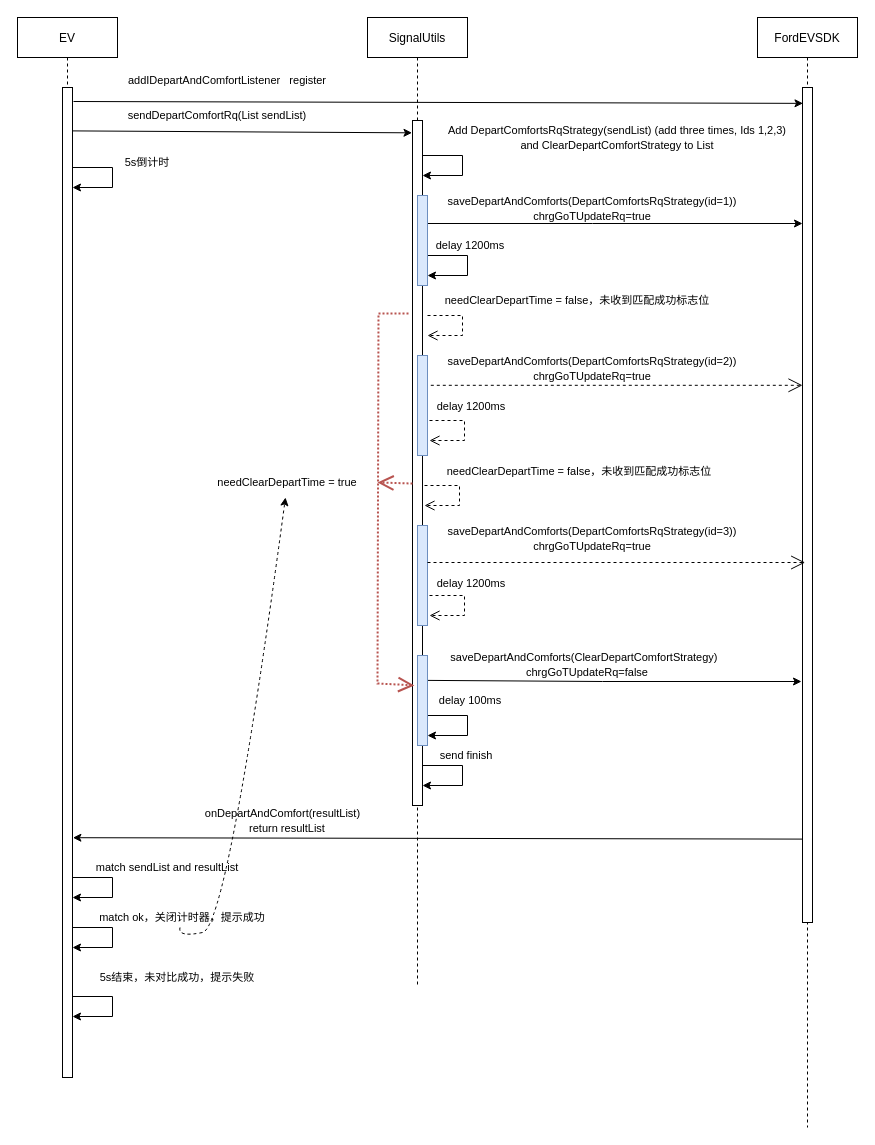
Above: Untitled Diagram.drawio in songlongGithub/CustomDemo (draw.io), before the change. Source tidied: cells renumbered, new cells numbered last; positions are measured from the earlier drawing's top-left corner, leaving out a move shared by most shapes. Both pictures are drawn from the tidied source at 100%, with x=0, y=0 at pixel (17, 17).
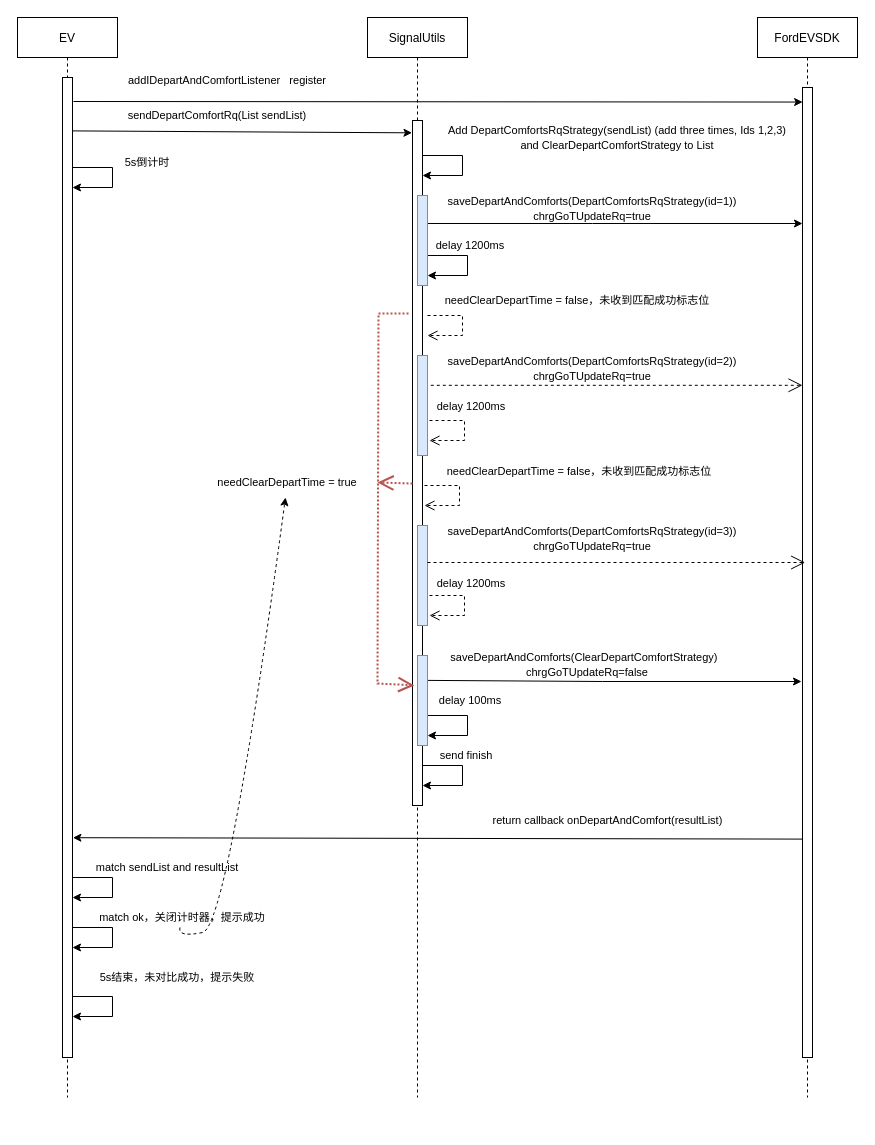
The same diagram, later.

Change to the diagram source:
```diff
@@
     <mxCell id="2" value="EV" style="shape=umlLifeline;perimeter=lifelinePerimeter;rounded=0;shadow=0;strokeWidth=1;" parent="1" vertex="1">
-      <mxGeometry width="100" height="1060" as="geometry" />
+      <mxGeometry width="100" height="1080" as="geometry" />
     </mxCell>
     <mxCell id="3" style="perimeter=orthogonalPerimeter;rounded=0;shadow=0;strokeWidth=1;" parent="2" vertex="1">
-      <mxGeometry x="45" y="70" width="10" height="990" as="geometry" />
+      <mxGeometry x="45" y="60" width="10" height="980" as="geometry" />
     </mxCell>
@@
     <mxCell id="7" value="SignalUtils" style="shape=umlLifeline;perimeter=lifelinePerimeter;rounded=0;shadow=0;strokeWidth=1;" parent="1" vertex="1">
-      <mxGeometry x="350" width="100" height="970" as="geometry" />
+      <mxGeometry x="350" width="100" height="1080" as="geometry" />
     </mxCell>
@@
     <mxCell id="21" value="FordEVSDK" style="shape=umlLifeline;perimeter=lifelinePerimeter;rounded=0;shadow=0;strokeWidth=1;" parent="1" vertex="1">
-      <mxGeometry x="740" width="100" height="1110" as="geometry" />
+      <mxGeometry x="740" width="100" height="1080" as="geometry" />
     </mxCell>
     <mxCell id="22" style="points=[];perimeter=orthogonalPerimeter;rounded=0;shadow=0;strokeWidth=1;" parent="21" vertex="1">
-      <mxGeometry x="45" y="70" width="10" height="835" as="geometry" />
+      <mxGeometry x="45" y="70" width="10" height="970" as="geometry" />
     </mxCell>
@@
-    <mxCell id="45" style="endArrow=classic;html=1;rounded=0;labelBackgroundColor=none;fontFamily=Helvetica;fontColor=default;exitX=1.2;exitY=0.097;exitDx=0;exitDy=0;exitPerimeter=0;entryX=0.05;entryY=0.019;entryDx=0;entryDy=0;entryPerimeter=0;" parent="1" edge="1" target="22">
+    <mxCell id="45" style="endArrow=classic;html=1;rounded=0;labelBackgroundColor=none;fontFamily=Helvetica;fontColor=default;exitX=1.2;exitY=0.097;exitDx=0;exitDy=0;exitPerimeter=0;entryX=0.012;entryY=0.015;entryDx=0;entryDy=0;entryPerimeter=0;" parent="1" edge="1" target="22">
       <mxGeometry relative="1" as="geometry">
         <mxPoint x="56" y="84" as="sourcePoint" />
       </mxGeometry>
     </mxCell>
@@
-    <mxCell id="47" value="&lt;span style=&quot;font-size: 11px ; background-color: rgb(255 , 255 , 255) ; line-height: 1.2&quot;&gt;&lt;font face=&quot;Helvetica&quot; style=&quot;line-height: 1&quot;&gt;onDepartAndComfort(resultList)&amp;nbsp; &amp;nbsp;&lt;br&gt;&lt;/font&gt;&lt;/span&gt;&lt;span style=&quot;font-family: &amp;#34;helvetica&amp;#34; ; font-size: 11px ; background-color: rgb(255 , 255 , 255)&quot;&gt;return resultList&lt;/span&gt;" style="text;html=1;strokeColor=none;fillColor=none;align=center;verticalAlign=middle;whiteSpace=wrap;rounded=0;labelBackgroundColor=none;fontFamily=Verdana;fontColor=default;" parent="1" vertex="1">
-      <mxGeometry x="140" y="790" width="260" height="25" as="geometry" />
+    <mxCell id="47" value="&lt;span style=&quot;font-size: 11px ; background-color: rgb(255 , 255 , 255) ; line-height: 1.2&quot;&gt;&lt;font face=&quot;Helvetica&quot; style=&quot;line-height: 1&quot;&gt;return callback onDepartAndComfort(resultList)&amp;nbsp; &amp;nbsp;&lt;br&gt;&lt;/font&gt;&lt;/span&gt;" style="text;html=1;strokeColor=none;fillColor=none;align=center;verticalAlign=middle;whiteSpace=wrap;rounded=0;labelBackgroundColor=none;fontFamily=Verdana;fontColor=default;" parent="1" vertex="1">
+      <mxGeometry x="400" y="790" width="390" height="25" as="geometry" />
     </mxCell>
```
